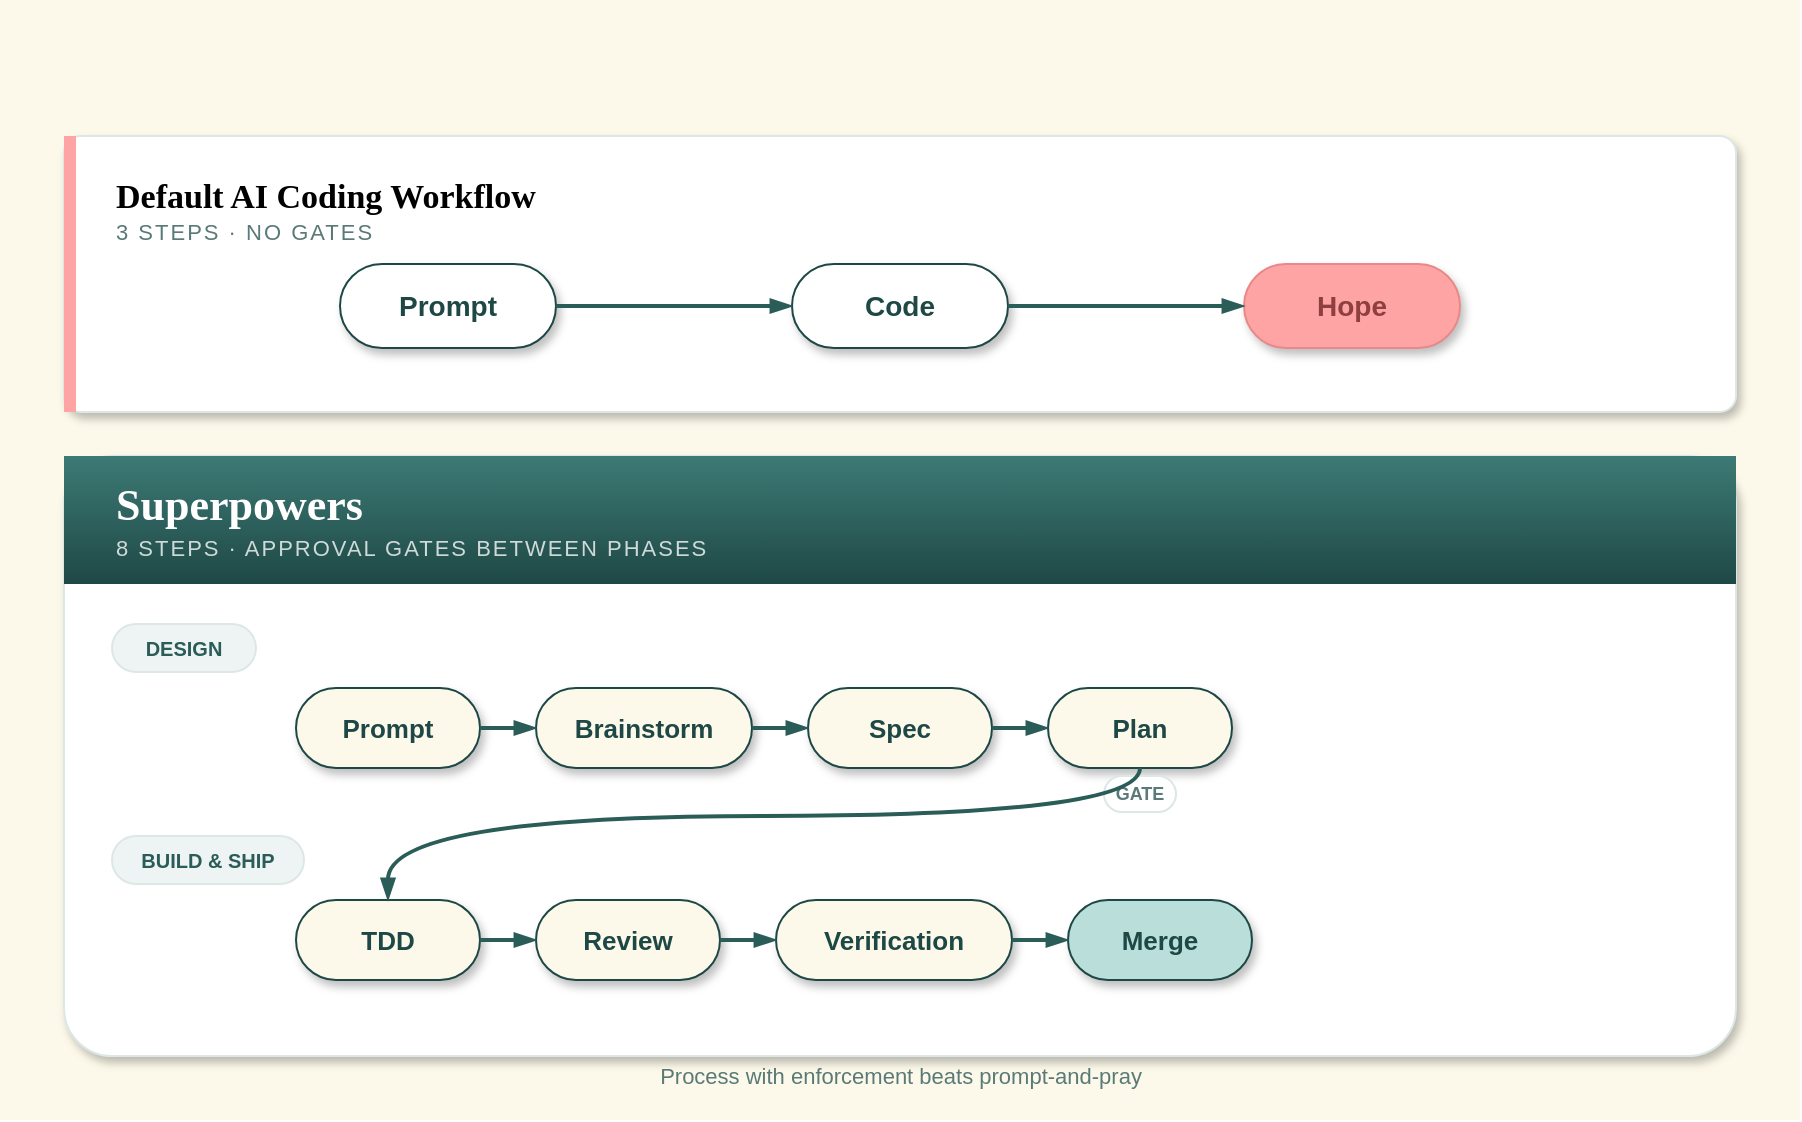
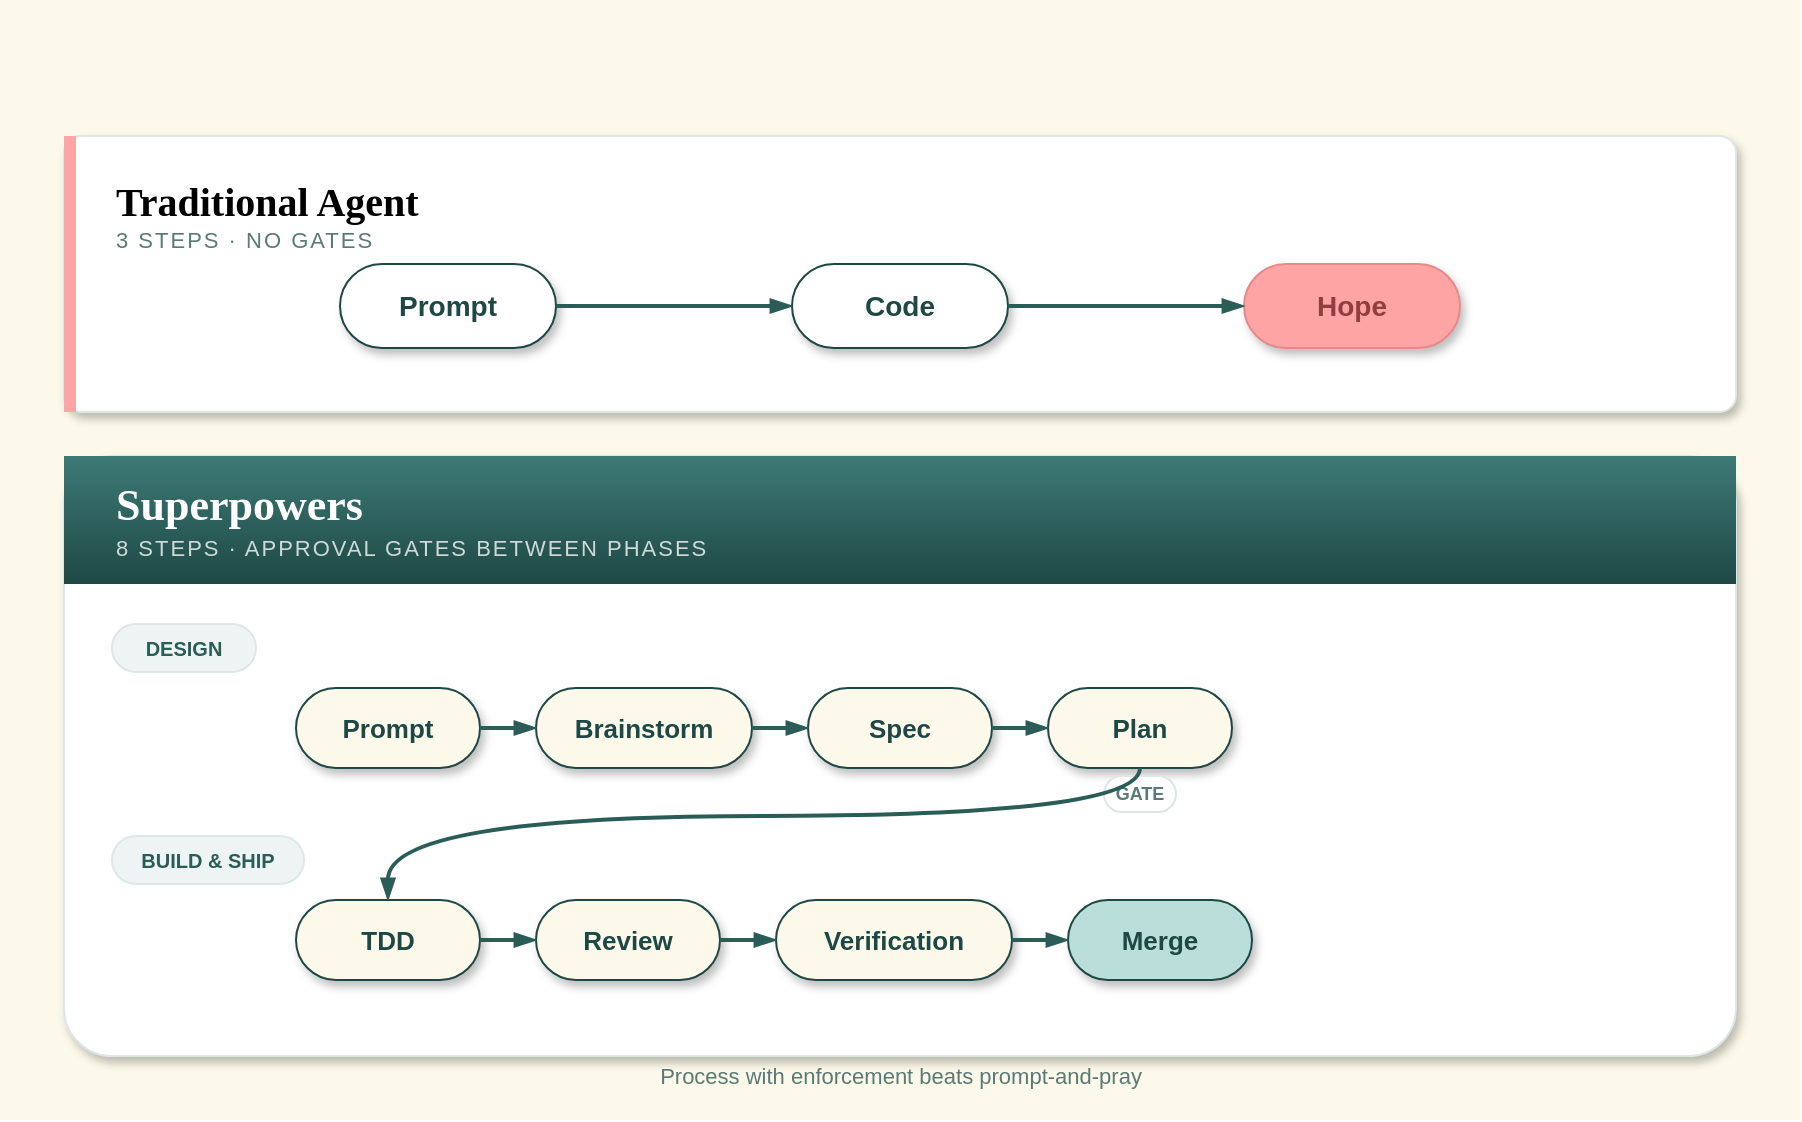
<mxfile host="app.diagrams.net" agent="Cursor" pages="2">
-   <diagram id="obra-superpowers-workflow" name="Default vs Superpowers">
+   <diagram id="obra-superpowers-workflow" name="Traditional vs Superpowers">
    <mxGraphModel dx="1414" dy="1263" grid="1" gridSize="10" guides="1" tooltips="1" connect="1" arrows="1" fold="1" page="1" pageScale="1" pageWidth="900" pageHeight="520" math="0" shadow="0">
      <root>
        <mxCell id="0" />
        <mxCell id="1" parent="0" />
        <mxCell id="bg" parent="1" style="rounded=0;whiteSpace=wrap;html=1;fillColor=#FCF9EA;strokeColor=none;" value="" vertex="1">
          <mxGeometry height="560" width="900" y="-40" as="geometry" />
        </mxCell>
        <mxCell id="panel-traditional" parent="1" style="rounded=1;whiteSpace=wrap;html=1;fillColor=#FFFFFF;strokeColor=#DDE7E6;strokeWidth=1;arcSize=6;shadow=1;" value="" vertex="1">
          <mxGeometry height="138" width="836" x="32" y="28" as="geometry" />
        </mxCell>
        <mxCell id="accent-traditional" parent="1" style="rounded=0;whiteSpace=wrap;html=1;fillColor=#FFA4A4;strokeColor=none;" value="" vertex="1">
          <mxGeometry height="138" width="6" x="32" y="28" as="geometry" />
        </mxCell>
-         <mxCell id="title-traditional" parent="1" style="text;html=1;strokeColor=none;fillColor=none;align=left;verticalAlign=top;" value="&lt;font face=&quot;Georgia&quot; style=&quot;font-size: 17px&quot;&gt;&lt;b&gt;Default AI Coding Workflow&lt;/b&gt;&lt;/font&gt;&lt;br&gt;&lt;font style=&quot;font-size: 11px; color: #5A7A77; letter-spacing: 1px;&quot;&gt;3 STEPS · NO GATES&lt;/font&gt;" vertex="1">
-           <mxGeometry height="50" width="360" x="56" y="42" as="geometry" />
+         <mxCell id="title-traditional" parent="1" style="text;html=1;strokeColor=none;fillColor=none;align=left;verticalAlign=top;" value="&lt;font face=&quot;Georgia&quot; style=&quot;font-size: 20px&quot;&gt;&lt;b&gt;Traditional Agent&lt;/b&gt;&lt;/font&gt;&lt;br&gt;&lt;font style=&quot;font-size: 11px; color: #5A7A77; letter-spacing: 1px;&quot;&gt;3 STEPS · NO GATES&lt;/font&gt;" vertex="1">
+           <mxGeometry height="50" width="260" x="56" y="42" as="geometry" />
        </mxCell>
        <mxCell id="t-prompt" parent="1" style="rounded=1;whiteSpace=wrap;html=1;fillColor=#FFFFFF;strokeColor=#1E4845;fontColor=#1E4845;fontStyle=1;fontSize=14;arcSize=50;shadow=1;" value="Prompt" vertex="1">
          <mxGeometry height="42" width="108" x="170" y="92" as="geometry" />
        </mxCell>
        <mxCell id="t-code" parent="1" style="rounded=1;whiteSpace=wrap;html=1;fillColor=#FFFFFF;strokeColor=#1E4845;fontColor=#1E4845;fontStyle=1;fontSize=14;arcSize=50;shadow=1;" value="Code" vertex="1">
          <mxGeometry height="42" width="108" x="396" y="92" as="geometry" />
        </mxCell>
        <mxCell id="t-hope" parent="1" style="rounded=1;whiteSpace=wrap;html=1;fillColor=#FFA4A4;strokeColor=#E88888;fontColor=#8F3F3F;fontStyle=1;fontSize=14;arcSize=50;shadow=1;" value="Hope" vertex="1">
          <mxGeometry height="42" width="108" x="622" y="92" as="geometry" />
        </mxCell>
        <mxCell id="e-t1" edge="1" parent="1" source="t-prompt" style="edgeStyle=none;rounded=0;orthogonalLoop=1;jettySize=auto;html=1;strokeColor=#2A5C58;strokeWidth=2;endArrow=blockThin;endFill=1;" target="t-code">
          <mxGeometry relative="1" as="geometry" />
        </mxCell>
        <mxCell id="e-t2" edge="1" parent="1" source="t-code" style="edgeStyle=none;rounded=0;orthogonalLoop=1;jettySize=auto;html=1;strokeColor=#2A5C58;strokeWidth=2;endArrow=blockThin;endFill=1;" target="t-hope">
          <mxGeometry relative="1" as="geometry" />
        </mxCell>
        <mxCell id="panel-superpowers" parent="1" style="rounded=1;whiteSpace=wrap;html=1;fillColor=#FFFFFF;strokeColor=#DDE7E6;strokeWidth=1;arcSize=8;shadow=1;" value="" vertex="1">
          <mxGeometry height="300" width="836" x="32" y="188" as="geometry" />
        </mxCell>
        <mxCell id="header-superpowers" parent="1" style="rounded=0;whiteSpace=wrap;html=1;fillColor=#1E4845;strokeColor=none;gradientColor=#3D7A75;gradientDirection=north;" value="" vertex="1">
          <mxGeometry height="64" width="836" x="32" y="188" as="geometry" />
        </mxCell>
        <mxCell id="title-superpowers" parent="1" style="text;html=1;strokeColor=none;fillColor=none;align=left;verticalAlign=middle;" value="&lt;font face=&quot;Georgia&quot; style=&quot;font-size: 22px&quot; color=&quot;#FFFFFF&quot;&gt;&lt;b&gt;Superpowers&lt;/b&gt;&lt;/font&gt;&lt;br&gt;&lt;font style=&quot;font-size: 11px; color: rgba(255,255,255,0.78); letter-spacing: 1px;&quot;&gt;8 STEPS · APPROVAL GATES BETWEEN PHASES&lt;/font&gt;" vertex="1">
          <mxGeometry height="44" width="420" x="56" y="198" as="geometry" />
        </mxCell>
        <mxCell id="phase-design" parent="1" style="rounded=1;whiteSpace=wrap;html=1;fillColor=#EEF4F3;strokeColor=#DDE7E6;fontColor=#2A5C58;fontStyle=1;fontSize=10;arcSize=50;" value="DESIGN" vertex="1">
          <mxGeometry height="24" width="72" x="56" y="272" as="geometry" />
        </mxCell>
        <mxCell id="phase-build" parent="1" style="rounded=1;whiteSpace=wrap;html=1;fillColor=#EEF4F3;strokeColor=#DDE7E6;fontColor=#2A5C58;fontStyle=1;fontSize=10;arcSize=50;" value="BUILD &amp;amp; SHIP" vertex="1">
          <mxGeometry height="24" width="96" x="56" y="378" as="geometry" />
        </mxCell>
        <mxCell id="s-prompt" parent="1" style="rounded=1;whiteSpace=wrap;html=1;fillColor=#FCF9EA;strokeColor=#1E4845;fontColor=#1E4845;fontStyle=1;fontSize=13;arcSize=50;shadow=1;" value="Prompt" vertex="1">
          <mxGeometry height="40" width="92" x="148" y="304" as="geometry" />
        </mxCell>
        <mxCell id="s-brainstorm" parent="1" style="rounded=1;whiteSpace=wrap;html=1;fillColor=#FCF9EA;strokeColor=#1E4845;fontColor=#1E4845;fontStyle=1;fontSize=13;arcSize=50;shadow=1;" value="Brainstorm" vertex="1">
          <mxGeometry height="40" width="108" x="268" y="304" as="geometry" />
        </mxCell>
        <mxCell id="s-spec" parent="1" style="rounded=1;whiteSpace=wrap;html=1;fillColor=#FCF9EA;strokeColor=#1E4845;fontColor=#1E4845;fontStyle=1;fontSize=13;arcSize=50;shadow=1;" value="Spec" vertex="1">
          <mxGeometry height="40" width="92" x="404" y="304" as="geometry" />
        </mxCell>
        <mxCell id="s-plan" parent="1" style="rounded=1;whiteSpace=wrap;html=1;fillColor=#FCF9EA;strokeColor=#1E4845;fontColor=#1E4845;fontStyle=1;fontSize=13;arcSize=50;shadow=1;" value="Plan" vertex="1">
          <mxGeometry height="40" width="92" x="524" y="304" as="geometry" />
        </mxCell>
        <mxCell id="gate" parent="1" style="rounded=1;whiteSpace=wrap;html=1;fillColor=#FFFFFF;strokeColor=#DDE7E6;fontColor=#5A7A77;fontStyle=1;fontSize=9;arcSize=50;" value="GATE" vertex="1">
          <mxGeometry height="18" width="36" x="552" y="348" as="geometry" />
        </mxCell>
        <mxCell id="s-tdd" parent="1" style="rounded=1;whiteSpace=wrap;html=1;fillColor=#FCF9EA;strokeColor=#1E4845;fontColor=#1E4845;fontStyle=1;fontSize=13;arcSize=50;shadow=1;" value="TDD" vertex="1">
          <mxGeometry height="40" width="92" x="148" y="410" as="geometry" />
        </mxCell>
        <mxCell id="s-review" parent="1" style="rounded=1;whiteSpace=wrap;html=1;fillColor=#FCF9EA;strokeColor=#1E4845;fontColor=#1E4845;fontStyle=1;fontSize=13;arcSize=50;shadow=1;" value="Review" vertex="1">
          <mxGeometry height="40" width="92" x="268" y="410" as="geometry" />
        </mxCell>
        <mxCell id="s-verify" parent="1" style="rounded=1;whiteSpace=wrap;html=1;fillColor=#FCF9EA;strokeColor=#1E4845;fontColor=#1E4845;fontStyle=1;fontSize=13;arcSize=50;shadow=1;" value="Verification" vertex="1">
          <mxGeometry height="40" width="118" x="388" y="410" as="geometry" />
        </mxCell>
        <mxCell id="s-merge" parent="1" style="rounded=1;whiteSpace=wrap;html=1;fillColor=#BADFDB;strokeColor=#1E4845;fontColor=#1E4845;fontStyle=1;fontSize=13;arcSize=50;shadow=1;" value="Merge" vertex="1">
          <mxGeometry height="40" width="92" x="534" y="410" as="geometry" />
        </mxCell>
        <mxCell id="e-s1" edge="1" parent="1" source="s-prompt" style="edgeStyle=none;rounded=0;orthogonalLoop=1;jettySize=auto;html=1;strokeColor=#2A5C58;strokeWidth=2;endArrow=blockThin;endFill=1;" target="s-brainstorm">
          <mxGeometry relative="1" as="geometry" />
        </mxCell>
        <mxCell id="e-s2" edge="1" parent="1" source="s-brainstorm" style="edgeStyle=none;rounded=0;orthogonalLoop=1;jettySize=auto;html=1;strokeColor=#2A5C58;strokeWidth=2;endArrow=blockThin;endFill=1;" target="s-spec">
          <mxGeometry relative="1" as="geometry" />
        </mxCell>
        <mxCell id="e-s3" edge="1" parent="1" source="s-spec" style="edgeStyle=none;rounded=0;orthogonalLoop=1;jettySize=auto;html=1;strokeColor=#2A5C58;strokeWidth=2;endArrow=blockThin;endFill=1;" target="s-plan">
          <mxGeometry relative="1" as="geometry" />
        </mxCell>
        <mxCell id="e-down" edge="1" parent="1" source="s-plan" style="edgeStyle=orthogonalEdgeStyle;curved=1;rounded=1;orthogonalLoop=1;jettySize=auto;html=1;strokeColor=#2A5C58;strokeWidth=2;endArrow=blockThin;endFill=1;" target="s-tdd">
          <mxGeometry relative="1" as="geometry">
            <Array as="points">
              <mxPoint x="570" y="368" />
              <mxPoint x="194" y="368" />
            </Array>
          </mxGeometry>
        </mxCell>
        <mxCell id="e-s4" edge="1" parent="1" source="s-tdd" style="edgeStyle=none;rounded=0;orthogonalLoop=1;jettySize=auto;html=1;strokeColor=#2A5C58;strokeWidth=2;endArrow=blockThin;endFill=1;" target="s-review">
          <mxGeometry relative="1" as="geometry" />
        </mxCell>
        <mxCell id="e-s5" edge="1" parent="1" source="s-review" style="edgeStyle=none;rounded=0;orthogonalLoop=1;jettySize=auto;html=1;strokeColor=#2A5C58;strokeWidth=2;endArrow=blockThin;endFill=1;" target="s-verify">
          <mxGeometry relative="1" as="geometry" />
        </mxCell>
        <mxCell id="e-s6" edge="1" parent="1" source="s-verify" style="edgeStyle=none;rounded=0;orthogonalLoop=1;jettySize=auto;html=1;strokeColor=#2A5C58;strokeWidth=2;endArrow=blockThin;endFill=1;" target="s-merge">
          <mxGeometry relative="1" as="geometry" />
        </mxCell>
        <mxCell id="footer" parent="1" style="text;html=1;strokeColor=none;fillColor=none;align=center;verticalAlign=middle;fontColor=#5A7A77;fontSize=11;" value="Process with enforcement beats prompt-and-pray" vertex="1">
          <mxGeometry height="20" width="400" x="250" y="488" as="geometry" />
        </mxCell>
      </root>
    </mxGraphModel>
  </diagram>
  <diagram id="NosG2U0KFhuqu4hzg7Gg" name="Page-2">
    <mxGraphModel dx="1414" dy="743" grid="1" gridSize="10" guides="1" tooltips="1" connect="1" arrows="1" fold="1" page="1" pageScale="1" pageWidth="850" pageHeight="1100" math="0" shadow="0">
      <root>
        <mxCell id="0" />
        <mxCell id="1" parent="0" />
      </root>
    </mxGraphModel>
  </diagram>
</mxfile>
